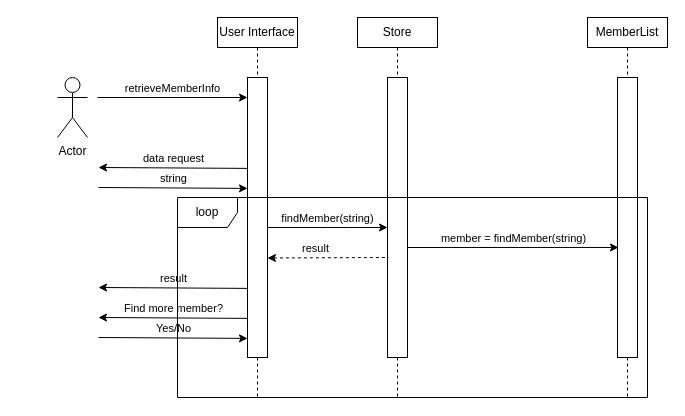
Earlier version of the draw.io diagram Doc/Sequence Diagrams/Untitled Diagram.drawio (vinnyyo/GroupProject1). Source tidied: cells renumbered, new cells numbered last; positions are measured from the earlier drawing's top-left corner, leaving out a move shared by most shapes. Both pictures are drawn from the tidied source at 100%, with x=0, y=0 at pixel (57, 17).
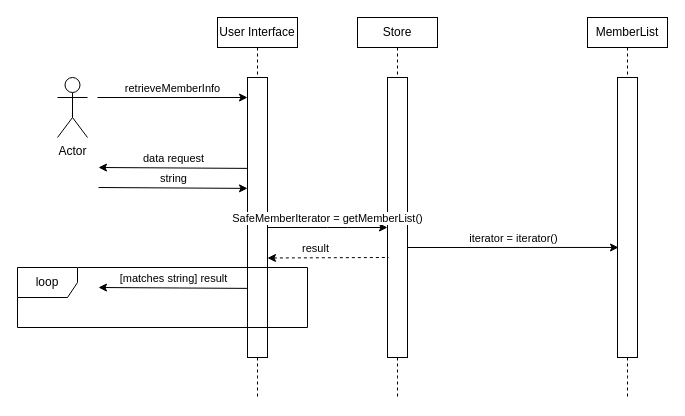
After the change.

The change refers to these unchanged cells:
```xml
<mxCell id="18" style="rounded=0;whiteSpace=wrap;html=1;" parent="1" vertex="1">
  <mxGeometry x="560" y="60" width="20" height="280" as="geometry" />
</mxCell>
```

The edit, as a diff of the source:
```diff
@@
-    <mxCell id="14" value="findMember(string)" style="endArrow=classic;html=1;verticalAlign=bottom;" parent="1" edge="1">
+    <mxCell id="14" value="SafeMemberIterator = getMemberList()" style="endArrow=classic;html=1;verticalAlign=bottom;" parent="1" edge="1">
       <mxGeometry relative="1" as="geometry">
         <mxPoint x="210" y="210" as="sourcePoint" />
         <mxPoint x="330" y="210" as="targetPoint" />
         <Array as="points">
           <mxPoint x="280" y="210" />
         </Array>
       </mxGeometry>
     </mxCell>
@@
-    <mxCell id="19" value="member = findMember(string)" style="endArrow=classic;html=1;verticalAlign=bottom;entryX=0.05;entryY=0.607;entryDx=0;entryDy=0;entryPerimeter=0;" parent="1" edge="1" target="18">
+    <mxCell id="19" value="iterator = iterator()" style="endArrow=classic;html=1;verticalAlign=bottom;entryX=0.05;entryY=0.607;entryDx=0;entryDy=0;entryPerimeter=0;" parent="1" edge="1" target="18">
       <mxGeometry relative="1" as="geometry">
         <mxPoint x="350" y="230" as="sourcePoint" />
       </mxGeometry>
     </mxCell>
@@
-    <mxCell id="21" value="result" style="endArrow=none;html=1;verticalAlign=bottom;entryX=-0.05;entryY=0.039;entryDx=0;entryDy=0;entryPerimeter=0;startArrow=classic;startFill=1;endFill=0;" parent="1" edge="1">
+    <mxCell id="21" value="[matches string] result" style="endArrow=none;html=1;verticalAlign=bottom;entryX=-0.05;entryY=0.039;entryDx=0;entryDy=0;entryPerimeter=0;startArrow=classic;startFill=1;endFill=0;" parent="1" edge="1">
       <mxGeometry relative="1" as="geometry">
         <mxPoint x="41" y="270" as="sourcePoint" />
         <mxPoint x="190" y="270.9" as="targetPoint" />
       </mxGeometry>
     </mxCell>
-    <mxCell id="22" value="Find more member?" style="endArrow=none;html=1;verticalAlign=bottom;entryX=-0.05;entryY=0.039;entryDx=0;entryDy=0;entryPerimeter=0;startArrow=classic;startFill=1;endFill=0;" parent="1" edge="1">
-      <mxGeometry relative="1" as="geometry">
-        <mxPoint x="41" y="300" as="sourcePoint" />
-        <mxPoint x="190" y="300.9" as="targetPoint" />
-      </mxGeometry>
-    </mxCell>
-    <mxCell id="23" value="Yes/No" style="endArrow=classic;html=1;verticalAlign=bottom;entryX=-0.05;entryY=0.039;entryDx=0;entryDy=0;entryPerimeter=0;" parent="1" edge="1">
-      <mxGeometry relative="1" as="geometry">
-        <mxPoint x="41" y="320" as="sourcePoint" />
-        <mxPoint x="190" y="320.9" as="targetPoint" />
-      </mxGeometry>
-    </mxCell>
     <mxCell id="24" value="loop" style="shape=umlFrame;whiteSpace=wrap;html=1;" parent="1" vertex="1">
-      <mxGeometry x="120" y="180" width="470" height="200" as="geometry" />
+      <mxGeometry x="-40" y="250" width="290" height="60" as="geometry" />
     </mxCell>
```
